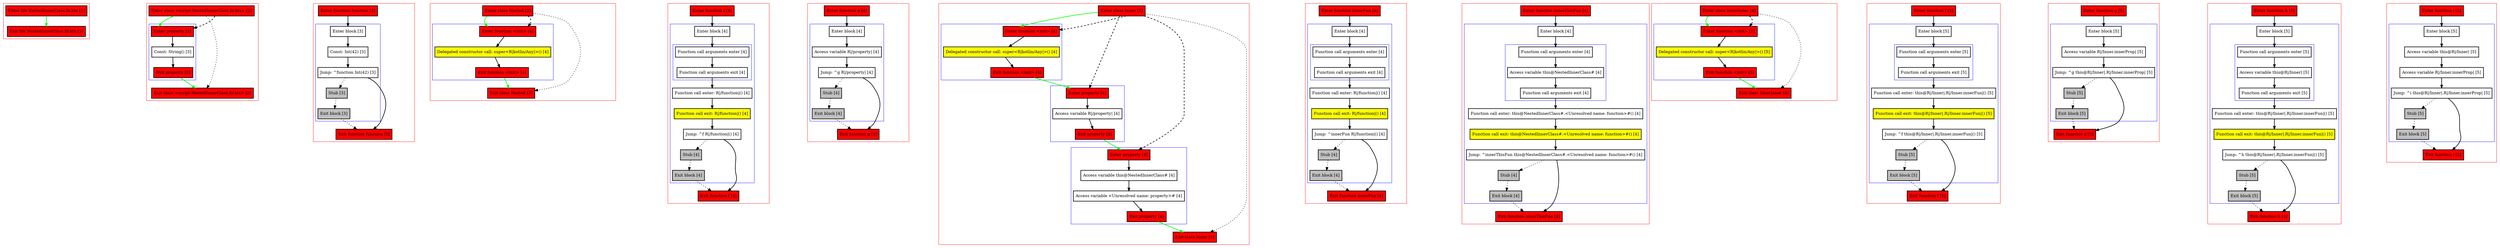
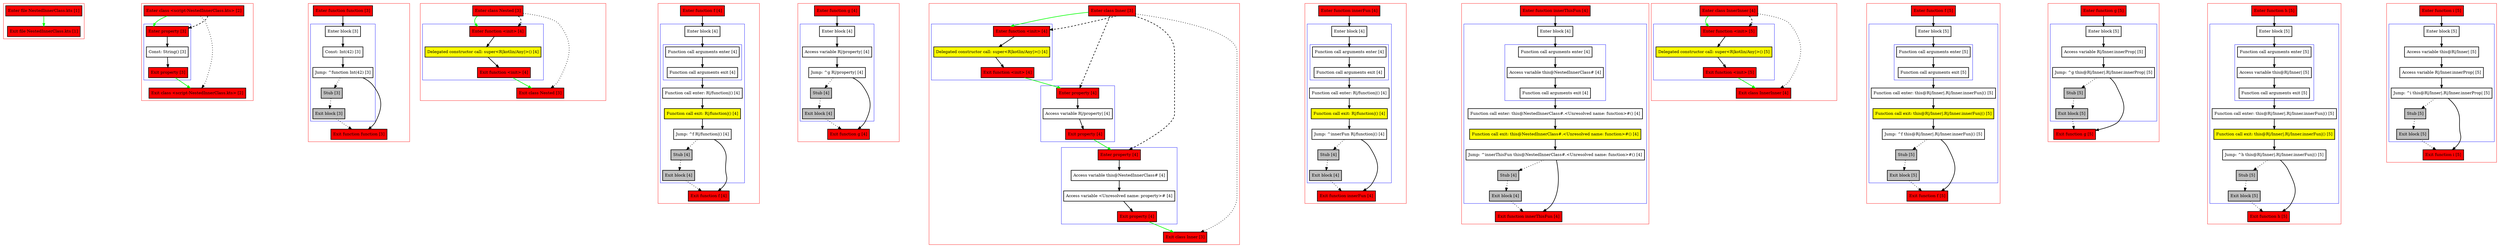
- digraph NestedInnerClass_fir_kts {
+ digraph NestedInnerClass_kts {
    graph [nodesep=3]
    node [shape=box penwidth=2]
    edge [penwidth=2]

    subgraph cluster_0 {
        color=red
-         0 [label="Enter file NestedInnerClass.fir.kts [1]" style="filled" fillcolor=red];
-         1 [label="Exit file NestedInnerClass.fir.kts [1]" style="filled" fillcolor=red];
+         0 [label="Enter file NestedInnerClass.kts [1]" style="filled" fillcolor=red];
+         1 [label="Exit file NestedInnerClass.kts [1]" style="filled" fillcolor=red];
    }
    0 -> {1} [color=green];

    subgraph cluster_1 {
        color=red
-         2 [label="Enter class <script-NestedInnerClass.fir.kts> [2]" style="filled" fillcolor=red];
+         2 [label="Enter class <script-NestedInnerClass.kts> [2]" style="filled" fillcolor=red];
        subgraph cluster_2 {
            color=blue
            3 [label="Enter property [3]" style="filled" fillcolor=red];
            4 [label="Const: String() [3]"];
            5 [label="Exit property [3]" style="filled" fillcolor=red];
        }
-         6 [label="Exit class <script-NestedInnerClass.fir.kts> [2]" style="filled" fillcolor=red];
+         6 [label="Exit class <script-NestedInnerClass.kts> [2]" style="filled" fillcolor=red];
    }
    2 -> {3} [color=green];
    2 -> {6} [style=dotted];
    2 -> {3} [style=dashed];
    3 -> {4};
    4 -> {5};
    5 -> {6} [color=green];

    subgraph cluster_3 {
        color=red
        7 [label="Enter function function [3]" style="filled" fillcolor=red];
        subgraph cluster_4 {
            color=blue
            8 [label="Enter block [3]"];
            9 [label="Const: Int(42) [3]"];
            10 [label="Jump: ^function Int(42) [3]"];
            11 [label="Stub [3]" style="filled" fillcolor=gray];
            12 [label="Exit block [3]" style="filled" fillcolor=gray];
        }
        13 [label="Exit function function [3]" style="filled" fillcolor=red];
    }
    7 -> {8};
    8 -> {9};
    9 -> {10};
    10 -> {13};
    10 -> {11} [style=dotted];
    11 -> {12} [style=dotted];
    12 -> {13} [style=dotted];

    subgraph cluster_5 {
        color=red
        14 [label="Enter class Nested [3]" style="filled" fillcolor=red];
        subgraph cluster_6 {
            color=blue
            15 [label="Enter function <init> [4]" style="filled" fillcolor=red];
            16 [label="Delegated constructor call: super<R|kotlin/Any|>() [4]" style="filled" fillcolor=yellow];
            17 [label="Exit function <init> [4]" style="filled" fillcolor=red];
        }
        18 [label="Exit class Nested [3]" style="filled" fillcolor=red];
    }
    14 -> {15} [color=green];
    14 -> {18} [style=dotted];
    14 -> {15} [style=dashed];
    15 -> {16};
    16 -> {17};
    17 -> {18} [color=green];

    subgraph cluster_7 {
        color=red
        19 [label="Enter function f [4]" style="filled" fillcolor=red];
        subgraph cluster_8 {
            color=blue
            20 [label="Enter block [4]"];
            subgraph cluster_9 {
                color=blue
                21 [label="Function call arguments enter [4]"];
                22 [label="Function call arguments exit [4]"];
            }
            23 [label="Function call enter: R|/function|() [4]"];
            24 [label="Function call exit: R|/function|() [4]" style="filled" fillcolor=yellow];
            25 [label="Jump: ^f R|/function|() [4]"];
            26 [label="Stub [4]" style="filled" fillcolor=gray];
            27 [label="Exit block [4]" style="filled" fillcolor=gray];
        }
        28 [label="Exit function f [4]" style="filled" fillcolor=red];
    }
    19 -> {20};
    20 -> {21};
    21 -> {22};
    22 -> {23};
    23 -> {24};
    24 -> {25};
    25 -> {28};
    25 -> {26} [style=dotted];
    26 -> {27} [style=dotted];
    27 -> {28} [style=dotted];

    subgraph cluster_10 {
        color=red
        29 [label="Enter function g [4]" style="filled" fillcolor=red];
        subgraph cluster_11 {
            color=blue
            30 [label="Enter block [4]"];
            31 [label="Access variable R|/property| [4]"];
            32 [label="Jump: ^g R|/property| [4]"];
            33 [label="Stub [4]" style="filled" fillcolor=gray];
            34 [label="Exit block [4]" style="filled" fillcolor=gray];
        }
        35 [label="Exit function g [4]" style="filled" fillcolor=red];
    }
    29 -> {30};
    30 -> {31};
    31 -> {32};
    32 -> {35};
    32 -> {33} [style=dotted];
    33 -> {34} [style=dotted];
    34 -> {35} [style=dotted];

    subgraph cluster_12 {
        color=red
        36 [label="Enter class Inner [3]" style="filled" fillcolor=red];
        subgraph cluster_13 {
            color=blue
            37 [label="Enter function <init> [4]" style="filled" fillcolor=red];
            38 [label="Delegated constructor call: super<R|kotlin/Any|>() [4]" style="filled" fillcolor=yellow];
            39 [label="Exit function <init> [4]" style="filled" fillcolor=red];
        }
        subgraph cluster_14 {
            color=blue
            40 [label="Enter property [4]" style="filled" fillcolor=red];
            41 [label="Access variable R|/property| [4]"];
            42 [label="Exit property [4]" style="filled" fillcolor=red];
        }
        subgraph cluster_15 {
            color=blue
            43 [label="Enter property [4]" style="filled" fillcolor=red];
            44 [label="Access variable this@NestedInnerClass# [4]"];
            45 [label="Access variable <Unresolved name: property># [4]"];
            46 [label="Exit property [4]" style="filled" fillcolor=red];
        }
        47 [label="Exit class Inner [3]" style="filled" fillcolor=red];
    }
    36 -> {37} [color=green];
    36 -> {47} [style=dotted];
    36 -> {37 40 43} [style=dashed];
    37 -> {38};
    38 -> {39};
    39 -> {40} [color=green];
    40 -> {41};
    41 -> {42};
    42 -> {43} [color=green];
    43 -> {44};
    44 -> {45};
    45 -> {46};
    46 -> {47} [color=green];

    subgraph cluster_16 {
        color=red
        48 [label="Enter function innerFun [4]" style="filled" fillcolor=red];
        subgraph cluster_17 {
            color=blue
            49 [label="Enter block [4]"];
            subgraph cluster_18 {
                color=blue
                50 [label="Function call arguments enter [4]"];
                51 [label="Function call arguments exit [4]"];
            }
            52 [label="Function call enter: R|/function|() [4]"];
            53 [label="Function call exit: R|/function|() [4]" style="filled" fillcolor=yellow];
            54 [label="Jump: ^innerFun R|/function|() [4]"];
            55 [label="Stub [4]" style="filled" fillcolor=gray];
            56 [label="Exit block [4]" style="filled" fillcolor=gray];
        }
        57 [label="Exit function innerFun [4]" style="filled" fillcolor=red];
    }
    48 -> {49};
    49 -> {50};
    50 -> {51};
    51 -> {52};
    52 -> {53};
    53 -> {54};
    54 -> {57};
    54 -> {55} [style=dotted];
    55 -> {56} [style=dotted];
    56 -> {57} [style=dotted];

    subgraph cluster_19 {
        color=red
        58 [label="Enter function innerThisFun [4]" style="filled" fillcolor=red];
        subgraph cluster_20 {
            color=blue
            59 [label="Enter block [4]"];
            subgraph cluster_21 {
                color=blue
                60 [label="Function call arguments enter [4]"];
                61 [label="Access variable this@NestedInnerClass# [4]"];
                62 [label="Function call arguments exit [4]"];
            }
            63 [label="Function call enter: this@NestedInnerClass#.<Unresolved name: function>#() [4]"];
            64 [label="Function call exit: this@NestedInnerClass#.<Unresolved name: function>#() [4]" style="filled" fillcolor=yellow];
            65 [label="Jump: ^innerThisFun this@NestedInnerClass#.<Unresolved name: function>#() [4]"];
            66 [label="Stub [4]" style="filled" fillcolor=gray];
            67 [label="Exit block [4]" style="filled" fillcolor=gray];
        }
        68 [label="Exit function innerThisFun [4]" style="filled" fillcolor=red];
    }
    58 -> {59};
    59 -> {60};
    60 -> {61};
    61 -> {62};
    62 -> {63};
    63 -> {64};
    64 -> {65};
    65 -> {68};
    65 -> {66} [style=dotted];
    66 -> {67} [style=dotted];
    67 -> {68} [style=dotted];

    subgraph cluster_22 {
        color=red
        69 [label="Enter class InnerInner [4]" style="filled" fillcolor=red];
        subgraph cluster_23 {
            color=blue
            70 [label="Enter function <init> [5]" style="filled" fillcolor=red];
            71 [label="Delegated constructor call: super<R|kotlin/Any|>() [5]" style="filled" fillcolor=yellow];
            72 [label="Exit function <init> [5]" style="filled" fillcolor=red];
        }
        73 [label="Exit class InnerInner [4]" style="filled" fillcolor=red];
    }
    69 -> {70} [color=green];
    69 -> {73} [style=dotted];
    69 -> {70} [style=dashed];
    70 -> {71};
    71 -> {72};
    72 -> {73} [color=green];

    subgraph cluster_24 {
        color=red
        74 [label="Enter function f [5]" style="filled" fillcolor=red];
        subgraph cluster_25 {
            color=blue
            75 [label="Enter block [5]"];
            subgraph cluster_26 {
                color=blue
                76 [label="Function call arguments enter [5]"];
                77 [label="Function call arguments exit [5]"];
            }
            78 [label="Function call enter: this@R|/Inner|.R|/Inner.innerFun|() [5]"];
            79 [label="Function call exit: this@R|/Inner|.R|/Inner.innerFun|() [5]" style="filled" fillcolor=yellow];
            80 [label="Jump: ^f this@R|/Inner|.R|/Inner.innerFun|() [5]"];
            81 [label="Stub [5]" style="filled" fillcolor=gray];
            82 [label="Exit block [5]" style="filled" fillcolor=gray];
        }
        83 [label="Exit function f [5]" style="filled" fillcolor=red];
    }
    74 -> {75};
    75 -> {76};
    76 -> {77};
    77 -> {78};
    78 -> {79};
    79 -> {80};
    80 -> {83};
    80 -> {81} [style=dotted];
    81 -> {82} [style=dotted];
    82 -> {83} [style=dotted];

    subgraph cluster_27 {
        color=red
        84 [label="Enter function g [5]" style="filled" fillcolor=red];
        subgraph cluster_28 {
            color=blue
            85 [label="Enter block [5]"];
            86 [label="Access variable R|/Inner.innerProp| [5]"];
            87 [label="Jump: ^g this@R|/Inner|.R|/Inner.innerProp| [5]"];
            88 [label="Stub [5]" style="filled" fillcolor=gray];
            89 [label="Exit block [5]" style="filled" fillcolor=gray];
        }
        90 [label="Exit function g [5]" style="filled" fillcolor=red];
    }
    84 -> {85};
    85 -> {86};
    86 -> {87};
    87 -> {90};
    87 -> {88} [style=dotted];
    88 -> {89} [style=dotted];
    89 -> {90} [style=dotted];

    subgraph cluster_29 {
        color=red
        91 [label="Enter function h [5]" style="filled" fillcolor=red];
        subgraph cluster_30 {
            color=blue
            92 [label="Enter block [5]"];
            subgraph cluster_31 {
                color=blue
                93 [label="Function call arguments enter [5]"];
                94 [label="Access variable this@R|/Inner| [5]"];
                95 [label="Function call arguments exit [5]"];
            }
            96 [label="Function call enter: this@R|/Inner|.R|/Inner.innerFun|() [5]"];
            97 [label="Function call exit: this@R|/Inner|.R|/Inner.innerFun|() [5]" style="filled" fillcolor=yellow];
            98 [label="Jump: ^h this@R|/Inner|.R|/Inner.innerFun|() [5]"];
            99 [label="Stub [5]" style="filled" fillcolor=gray];
            100 [label="Exit block [5]" style="filled" fillcolor=gray];
        }
        101 [label="Exit function h [5]" style="filled" fillcolor=red];
    }
    91 -> {92};
    92 -> {93};
    93 -> {94};
    94 -> {95};
    95 -> {96};
    96 -> {97};
    97 -> {98};
    98 -> {101};
    98 -> {99} [style=dotted];
    99 -> {100} [style=dotted];
    100 -> {101} [style=dotted];

    subgraph cluster_32 {
        color=red
        102 [label="Enter function i [5]" style="filled" fillcolor=red];
        subgraph cluster_33 {
            color=blue
            103 [label="Enter block [5]"];
            104 [label="Access variable this@R|/Inner| [5]"];
            105 [label="Access variable R|/Inner.innerProp| [5]"];
            106 [label="Jump: ^i this@R|/Inner|.R|/Inner.innerProp| [5]"];
            107 [label="Stub [5]" style="filled" fillcolor=gray];
            108 [label="Exit block [5]" style="filled" fillcolor=gray];
        }
        109 [label="Exit function i [5]" style="filled" fillcolor=red];
    }
    102 -> {103};
    103 -> {104};
    104 -> {105};
    105 -> {106};
    106 -> {109};
    106 -> {107} [style=dotted];
    107 -> {108} [style=dotted];
    108 -> {109} [style=dotted];

}
